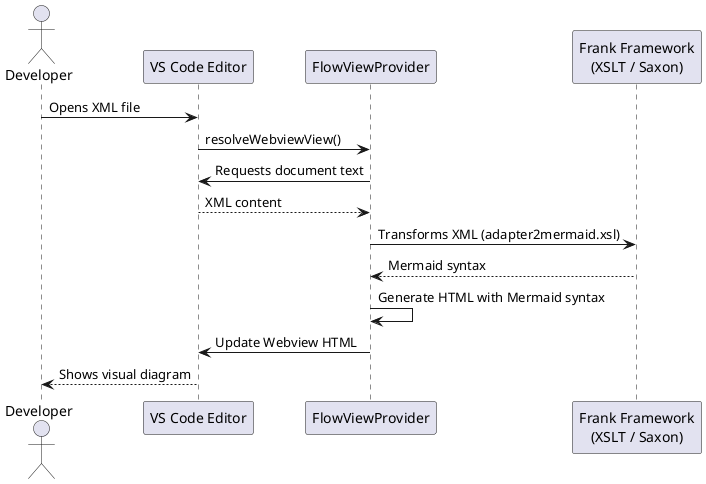
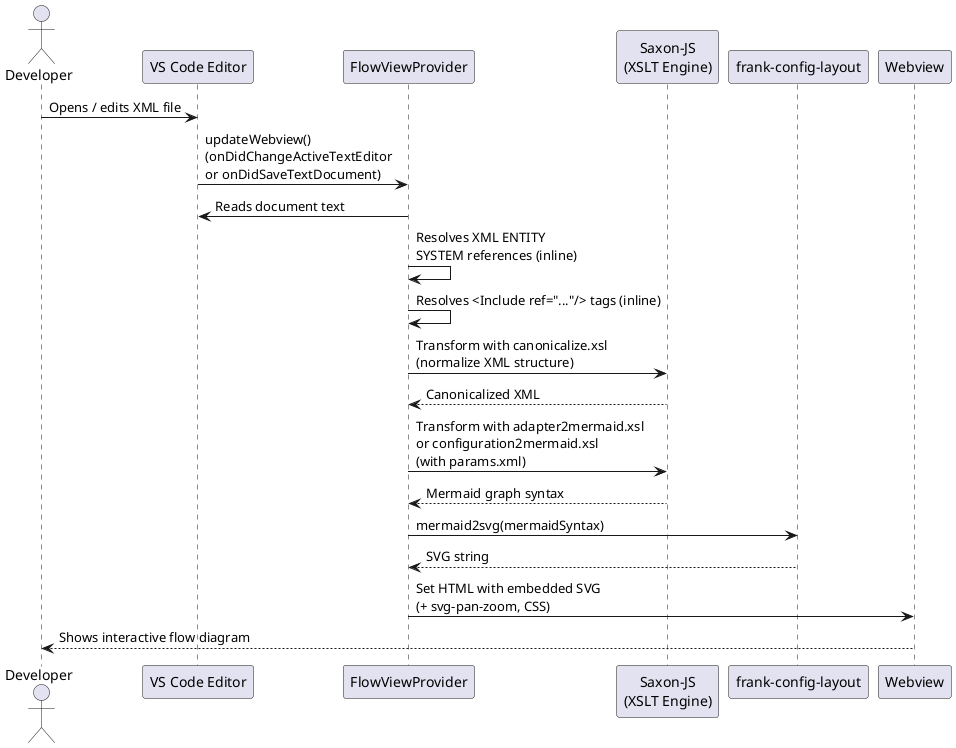
@startuml
actor Developer
participant "VS Code Editor" as Editor
- participant "FlowViewProvider" as Webview
- participant "Frank Framework\n(XSLT / Saxon)" as Saxon
+ participant "FlowViewProvider" as Provider
+ participant "Saxon-JS\n(XSLT Engine)" as Saxon
+ participant "frank-config-layout" as Layout
+ participant "Webview" as Webview

- Developer -> Editor : Opens XML file
- Editor -> Webview : resolveWebviewView()
- Webview -> Editor : Requests document text
- Editor --> Webview : XML content
- Webview -> Saxon : Transforms XML (adapter2mermaid.xsl)
- Saxon --> Webview : Mermaid syntax
- Webview -> Webview : Generate HTML with Mermaid syntax
- Webview -> Editor : Update Webview HTML
- Editor --> Developer : Shows visual diagram
- @enduml+ Developer -> Editor : Opens / edits XML file
+ Editor -> Provider : updateWebview()\n(onDidChangeActiveTextEditor\nor onDidSaveTextDocument)
+ Provider -> Editor : Reads document text
+ 
+ Provider -> Provider : Resolves XML ENTITY\nSYSTEM references (inline)
+ Provider -> Provider : Resolves <Include ref="..."/> tags (inline)
+ 
+ Provider -> Saxon : Transform with canonicalize.xsl\n(normalize XML structure)
+ Saxon --> Provider : Canonicalized XML
+ 
+ Provider -> Saxon : Transform with adapter2mermaid.xsl\nor configuration2mermaid.xsl\n(with params.xml)
+ Saxon --> Provider : Mermaid graph syntax
+ 
+ Provider -> Layout : mermaid2svg(mermaidSyntax)
+ Layout --> Provider : SVG string
+ 
+ Provider -> Webview : Set HTML with embedded SVG\n(+ svg-pan-zoom, CSS)
+ Webview --> Developer : Shows interactive flow diagram
+ @enduml
